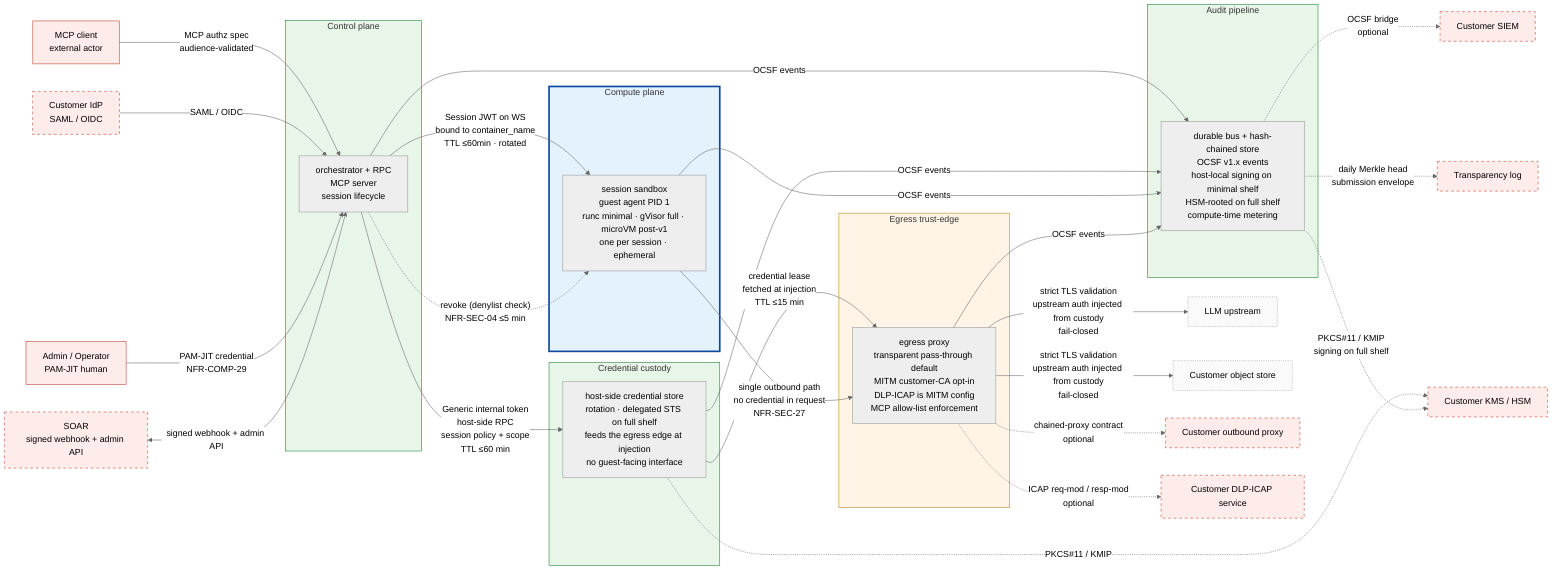
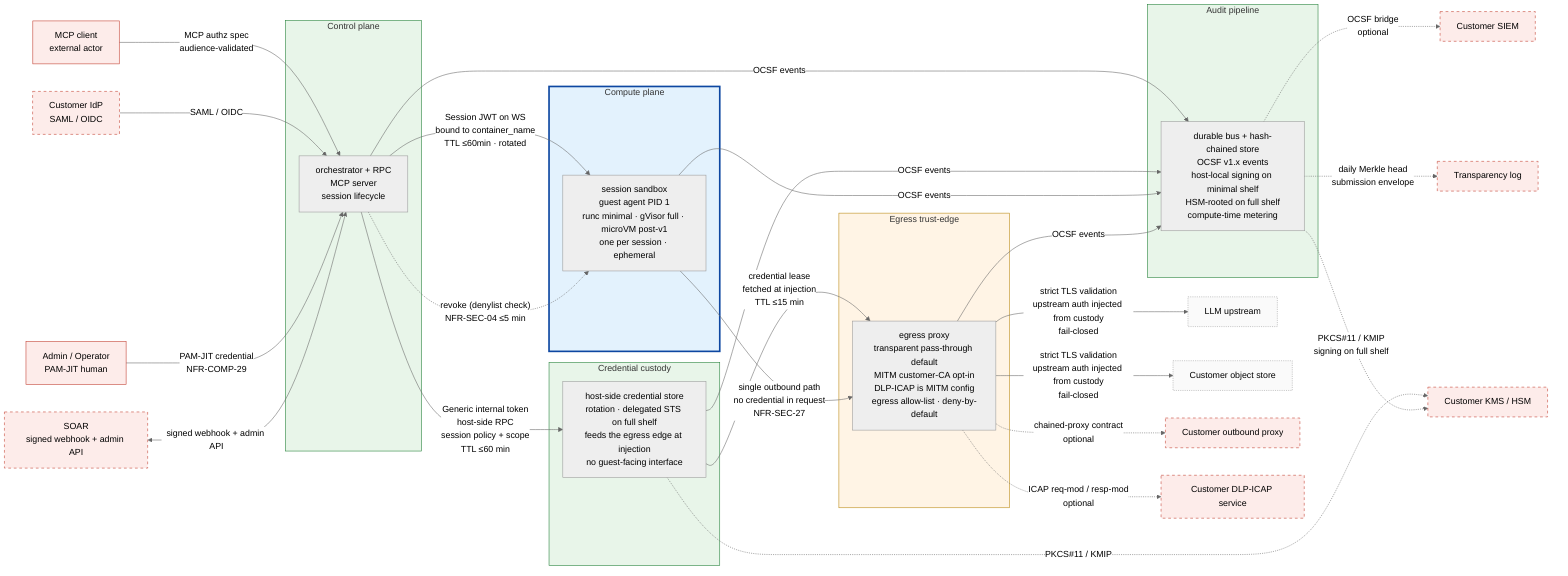
%% SPDX-License-Identifier: FSL-1.1-Apache-2.0
%% Copyright (c) 2025 Open Computer Use Contributors
%% Canonical Layer 3 trust-zone diagram. Referenced from docs/architecture/02-trust-boundaries.md §5.
%% Convention: solid subgraph border = always present; dashed border = optional configuration.
%% Palette (project convention): red untrusted / amber semi-trusted / green trusted / blue isolated.

%%{init: {"theme": "neutral"} }%%
flowchart LR

    %% ─── external actors (untrusted; rendered as plain nodes, not subgraphs) ───
    MCPC[MCP client<br/>external actor]:::ext
    IDP[Customer IdP<br/>SAML / OIDC]:::extOpt
    LLM[LLM upstream]:::endpoint
    OBJ[Customer object store]:::endpoint
    CPROXY[Customer outbound proxy]:::extOpt
    ICAP[Customer DLP-ICAP service]:::extOpt
    SIEM[Customer SIEM]:::extOpt
    KMS[Customer KMS / HSM]:::extOpt
    SOAR[SOAR<br/>signed webhook + admin API]:::extOpt
    OPER[Admin / Operator<br/>PAM-JIT human]:::ext
    TLOG[Transparency log]:::extOpt

    %% ─── our zones ───
    subgraph CP[Control plane]
        ORCH[orchestrator + RPC<br/>MCP server<br/>session lifecycle]
    end

    subgraph BROKER[Credential custody]
        BR[host-side credential store<br/>rotation · delegated STS on full shelf<br/>feeds the egress edge at injection<br/>no guest-facing interface]
    end

    subgraph COMPUTE[Compute plane]
        VM[session sandbox<br/>guest agent PID 1<br/>runc minimal · gVisor full · microVM post-v1<br/>one per session · ephemeral]
    end

    subgraph EDGE[Egress trust-edge]
-         PROXY[egress proxy<br/>transparent pass-through default<br/>MITM customer-CA opt-in<br/>DLP-ICAP is MITM config<br/>MCP allow-list enforcement]
+         PROXY[egress proxy<br/>transparent pass-through default<br/>MITM customer-CA opt-in<br/>DLP-ICAP is MITM config<br/>egress allow-list · deny-by-default]
    end

    subgraph AUDIT[Audit pipeline]
        BUS[durable bus + hash-chained store<br/>OCSF v1.x events<br/>host-local signing on minimal shelf<br/>HSM-rooted on full shelf<br/>compute-time metering]
    end

    %% ─── inbound edges ───
    MCPC -->|"MCP authz spec<br/>audience-validated"| ORCH
    IDP -->|SAML / OIDC| ORCH
    OPER -->|PAM-JIT credential<br/>NFR-COMP-29| ORCH
    SOAR <-->|signed webhook + admin API| ORCH

    %% ─── internal edges (encrypted in transit; NFR-SEC-37) ───
    ORCH -->|"Generic internal token<br/>host-side RPC<br/>session policy + scope<br/>TTL ≤60 min"| BR
    ORCH -->|"Session JWT on WS<br/>bound to container_name<br/>TTL ≤60min · rotated"| VM
    BR -->|"credential lease<br/>fetched at injection<br/>TTL ≤15 min"| PROXY

    %% ─── revoke channel (denylist; independent of IdP reachability) ───
    %% Compute plane gets a direct denylist check (Session JWT TTL ≤60min needs it);
    %% Egress trust-edge revoke = the edge stops injecting upstream auth for a
    %% revoked session; the credential-lease TTL (≤15 min) caps how long an
    %% already-fetched credential survives, so no direct ORCH→PROXY edge.
    ORCH -.->|"revoke (denylist check)<br/>NFR-SEC-04 ≤5 min"| VM

    %% ─── egress edges ───
    VM -->|"single outbound path<br/>no credential in request<br/>NFR-SEC-27"| PROXY
    PROXY -->|"strict TLS validation<br/>upstream auth injected from custody<br/>fail-closed"| LLM
    PROXY -->|"strict TLS validation<br/>upstream auth injected from custody<br/>fail-closed"| OBJ
    PROXY -.->|"chained-proxy contract<br/>optional"| CPROXY
    PROXY -.->|"ICAP req-mod / resp-mod<br/>optional"| ICAP

    %% ─── audit edges (every named zone emits OCSF events) ───
    ORCH -->|OCSF events| BUS
    BR -->|OCSF events| BUS
    VM -->|OCSF events| BUS
    PROXY -->|OCSF events| BUS

    %% ─── audit egress ───
    BUS -.->|"OCSF bridge<br/>optional"| SIEM
    BUS -.->|"daily Merkle head<br/>submission envelope"| TLOG

    %% ─── KMS path (optional, full-capability shelf only) ───
    BR -.->|"PKCS#11 / KMIP"| KMS
    BUS -.->|"PKCS#11 / KMIP<br/>signing on full shelf"| KMS

    %% ─── styling (project palette: red untrusted / amber semi-trusted / green trusted / blue isolated) ───
    classDef ext fill:#fdecea,stroke:#c0392b,stroke-width:1px;
    classDef extOpt fill:#fdecea,stroke:#c0392b,stroke-dasharray: 5 5;
    classDef endpoint fill:#fafafa,stroke:#9e9e9e,stroke-dasharray: 2 2;
    style CP fill:#e8f5e9,stroke:#1e7e34,stroke-width:1px;
    style BROKER fill:#e8f5e9,stroke:#1e7e34,stroke-width:1px;
    style COMPUTE fill:#e3f2fd,stroke:#0d47a1,stroke-width:3px;
    style EDGE fill:#fff4e5,stroke:#b8860b,stroke-width:1px;
    style AUDIT fill:#e8f5e9,stroke:#1e7e34,stroke-width:1px;
